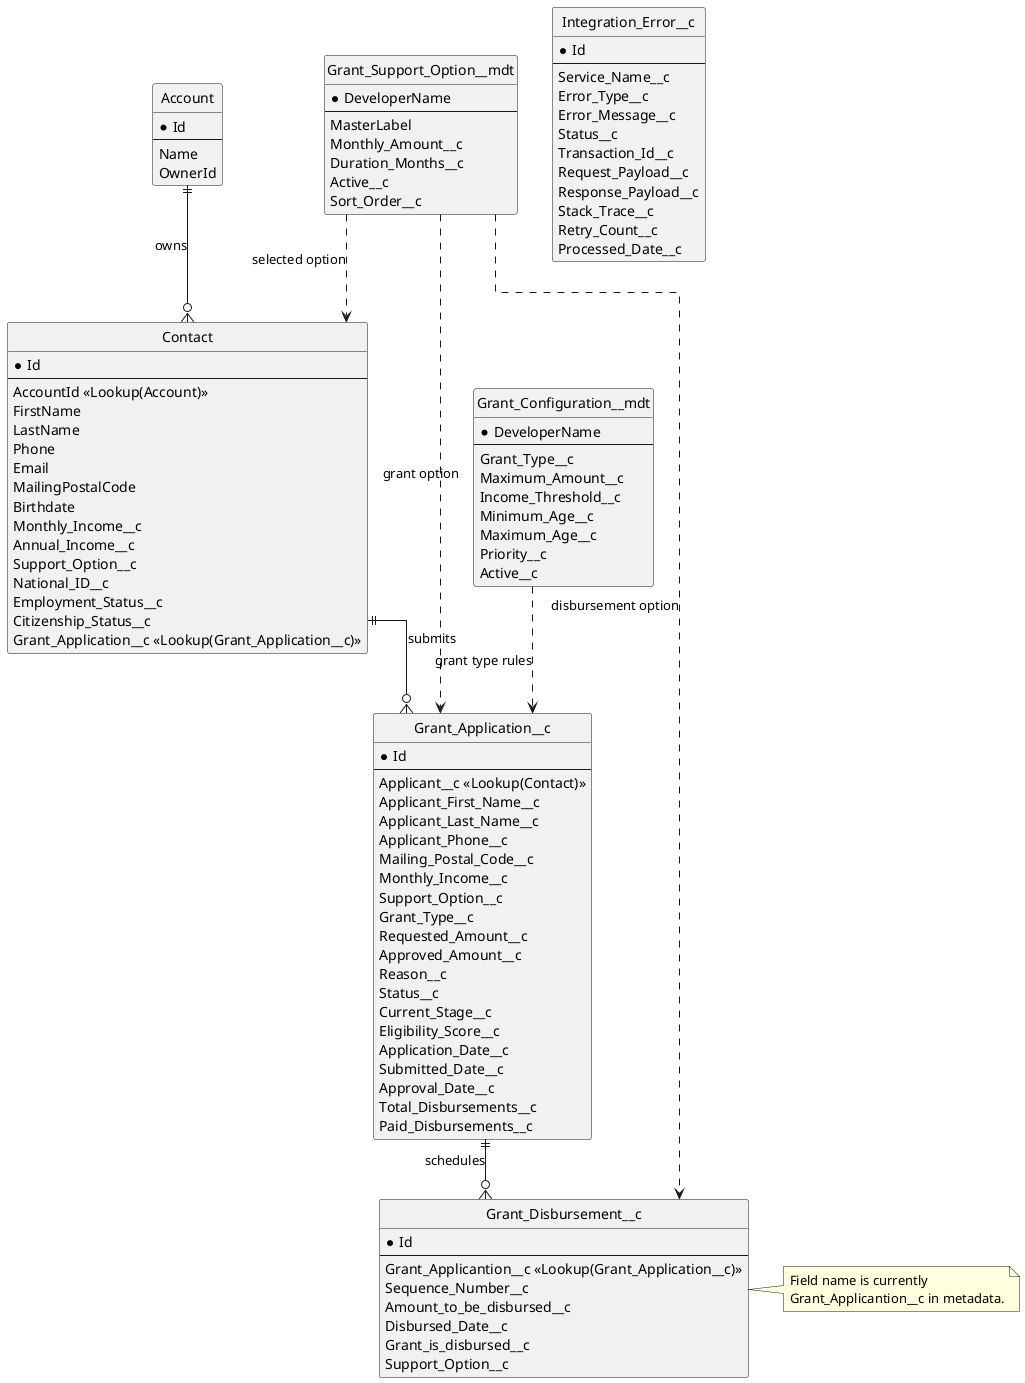
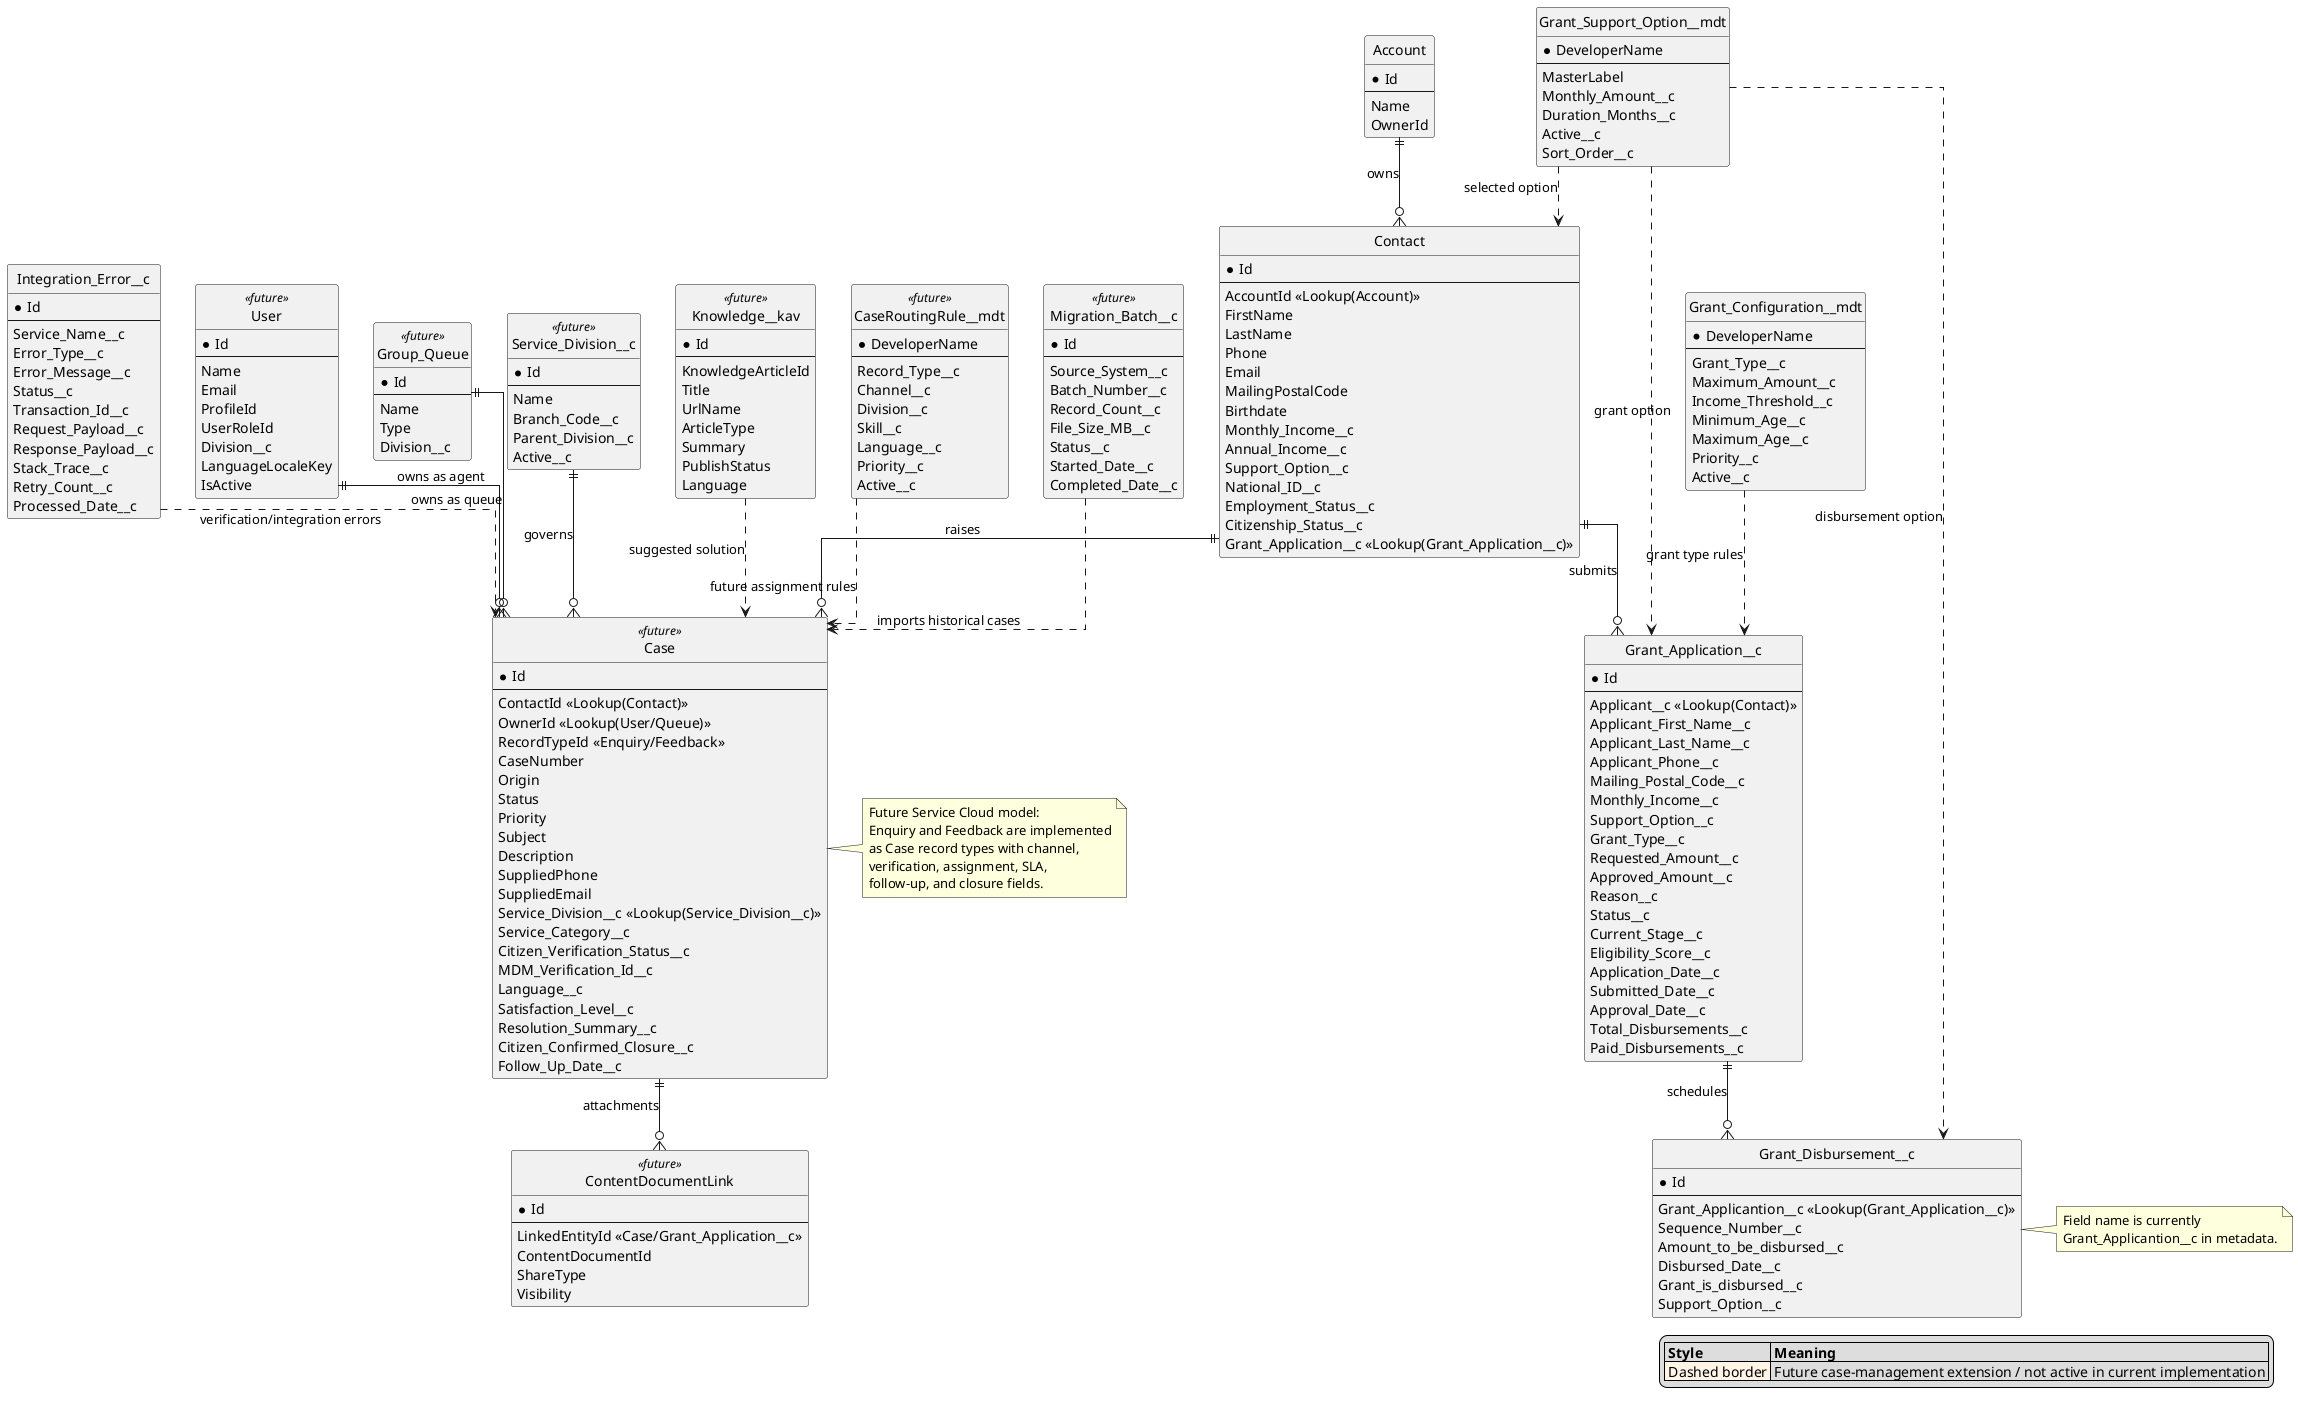
@startuml

hide methods
hide circle
skinparam linetype ortho
+ skinparam entity {
+     BackgroundColor<<future>> #FFF4E6
+     BorderColor<<future>> #C47F36
+     BorderStyle<<future>> dashed
+ }

entity Account {
    * Id
    --
    Name
    OwnerId
}

entity Contact {
    * Id
    --
    AccountId <<Lookup(Account)>>
    FirstName
    LastName
    Phone
    Email
    MailingPostalCode
    Birthdate
    Monthly_Income__c
    Annual_Income__c
    Support_Option__c
    National_ID__c
    Employment_Status__c
    Citizenship_Status__c
    Grant_Application__c <<Lookup(Grant_Application__c)>>
}

entity Grant_Application__c {
    * Id
    --
    Applicant__c <<Lookup(Contact)>>
    Applicant_First_Name__c
    Applicant_Last_Name__c
    Applicant_Phone__c
    Mailing_Postal_Code__c
    Monthly_Income__c
    Support_Option__c
    Grant_Type__c
    Requested_Amount__c
    Approved_Amount__c
    Reason__c
    Status__c
    Current_Stage__c
    Eligibility_Score__c
    Application_Date__c
    Submitted_Date__c
    Approval_Date__c
    Total_Disbursements__c
    Paid_Disbursements__c
}

entity Grant_Disbursement__c {
    * Id
    --
    Grant_Applicantion__c <<Lookup(Grant_Application__c)>>
    Sequence_Number__c
    Amount_to_be_disbursed__c
    Disbursed_Date__c
    Grant_is_disbursed__c
    Support_Option__c
}

entity Grant_Support_Option__mdt {
    * DeveloperName
    --
    MasterLabel
    Monthly_Amount__c
    Duration_Months__c
    Active__c
    Sort_Order__c
}

entity Grant_Configuration__mdt {
    * DeveloperName
    --
    Grant_Type__c
    Maximum_Amount__c
    Income_Threshold__c
    Minimum_Age__c
    Maximum_Age__c
    Priority__c
    Active__c
}

entity Integration_Error__c {
    * Id
    --
    Service_Name__c
    Error_Type__c
    Error_Message__c
    Status__c
    Transaction_Id__c
    Request_Payload__c
    Response_Payload__c
    Stack_Trace__c
    Retry_Count__c
    Processed_Date__c
}

+ entity User <<future>> {
+     * Id
+     --
+     Name
+     Email
+     ProfileId
+     UserRoleId
+     Division__c
+     LanguageLocaleKey
+     IsActive
+ }
+ 
+ entity Group_Queue <<future>> {
+     * Id
+     --
+     Name
+     Type
+     Division__c
+ }
+ 
+ entity Service_Division__c <<future>> {
+     * Id
+     --
+     Name
+     Branch_Code__c
+     Parent_Division__c
+     Active__c
+ }
+ 
+ entity Case <<future>> {
+     * Id
+     --
+     ContactId <<Lookup(Contact)>>
+     OwnerId <<Lookup(User/Queue)>>
+     RecordTypeId <<Enquiry/Feedback>>
+     CaseNumber
+     Origin
+     Status
+     Priority
+     Subject
+     Description
+     SuppliedPhone
+     SuppliedEmail
+     Service_Division__c <<Lookup(Service_Division__c)>>
+     Service_Category__c
+     Citizen_Verification_Status__c
+     MDM_Verification_Id__c
+     Language__c
+     Satisfaction_Level__c
+     Resolution_Summary__c
+     Citizen_Confirmed_Closure__c
+     Follow_Up_Date__c
+ }
+ 
+ entity Knowledge__kav <<future>> {
+     * Id
+     --
+     KnowledgeArticleId
+     Title
+     UrlName
+     ArticleType
+     Summary
+     PublishStatus
+     Language
+ }
+ 
+ entity ContentDocumentLink <<future>> {
+     * Id
+     --
+     LinkedEntityId <<Case/Grant_Application__c>>
+     ContentDocumentId
+     ShareType
+     Visibility
+ }
+ 
+ entity CaseRoutingRule__mdt <<future>> {
+     * DeveloperName
+     --
+     Record_Type__c
+     Channel__c
+     Division__c
+     Skill__c
+     Language__c
+     Priority__c
+     Active__c
+ }
+ 
+ entity Migration_Batch__c <<future>> {
+     * Id
+     --
+     Source_System__c
+     Batch_Number__c
+     Record_Count__c
+     File_Size_MB__c
+     Status__c
+     Started_Date__c
+     Completed_Date__c
+ }
+ 
Account ||--o{ Contact : owns
Contact ||--o{ Grant_Application__c : submits
Grant_Application__c ||--o{ Grant_Disbursement__c : schedules

Grant_Support_Option__mdt ..> Contact : selected option
Grant_Support_Option__mdt ..> Grant_Application__c : grant option
Grant_Support_Option__mdt ..> Grant_Disbursement__c : disbursement option
Grant_Configuration__mdt ..> Grant_Application__c : grant type rules

+ Contact ||--o{ Case : raises
+ Service_Division__c ||--o{ Case : governs
+ User ||--o{ Case : owns as agent
+ Group_Queue ||--o{ Case : owns as queue
+ Case ||--o{ ContentDocumentLink : attachments
+ Knowledge__kav ..> Case : suggested solution
+ CaseRoutingRule__mdt ..> Case : future assignment rules
+ Migration_Batch__c ..> Case : imports historical cases
+ Integration_Error__c ..> Case : verification/integration errors
+ 
note right of Grant_Disbursement__c
  Field name is currently
  Grant_Applicantion__c in metadata.
end note

+ note right of Case
+   Future Service Cloud model:
+   Enquiry and Feedback are implemented
+   as Case record types with channel,
+   verification, assignment, SLA,
+   follow-up, and closure fields.
+ end note
+ 
+ legend right
+   |= Style |= Meaning |
+   |<#FFF4E6> Dashed border | Future case-management extension / not active in current implementation |
+ endlegend
+ 
@enduml
